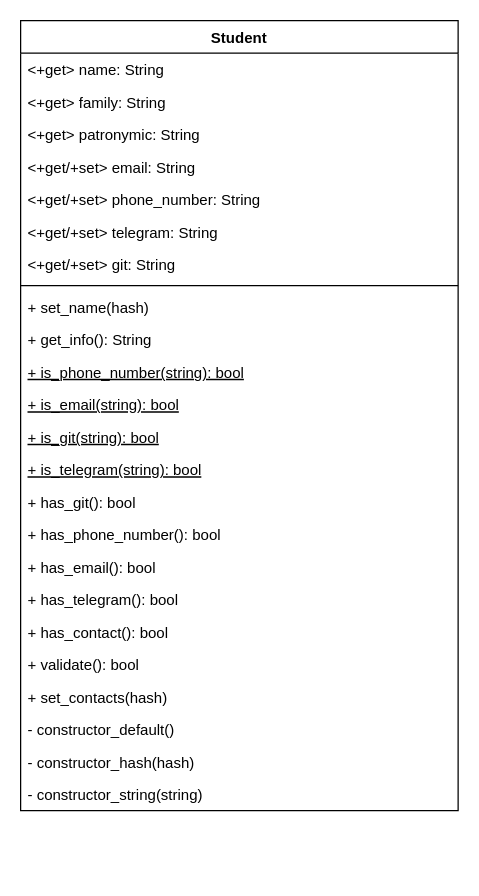
This is lab2/docs/ClassDiagram.drawio from KirSaxhlil/PatternLabs, a draw.io file, before an edit. Source tidied: cells renumbered, new cells numbered last; positions are measured from the earlier drawing's top-left corner, leaving out a move shared by most shapes. Both pictures are drawn from the tidied source at 125%, with x=0, y=0 at pixel (20, 20).
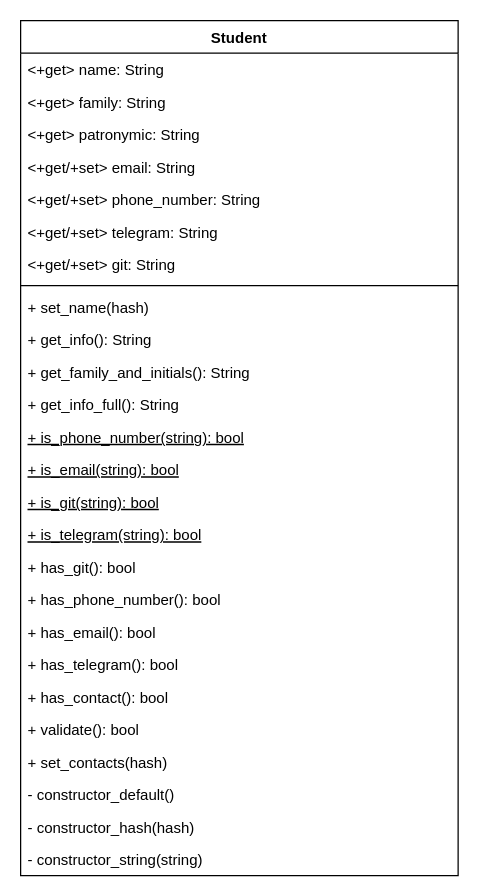
The same page after the edit.

The edit, as a diff of the source:
```diff
@@
     <mxCell id="2" value="Student" style="swimlane;fontStyle=1;align=center;verticalAlign=top;horizontal=1;startSize=26;fillColor=default;swimlaneFillColor=default;" parent="1" vertex="1">
-      <mxGeometry width="350" height="632" as="geometry" />
+      <mxGeometry width="350" height="684" as="geometry" />
     </mxCell>
@@
+    <mxCell id="27" value="+ get_family_and_initials(): String" style="text;strokeColor=none;fillColor=none;align=left;verticalAlign=top;spacingLeft=4;spacingRight=4;overflow=hidden;" parent="2" vertex="1">
+      <mxGeometry y="268" width="350" height="26" as="geometry" />
+    </mxCell>
+    <mxCell id="28" value="+ get_info_full(): String" style="text;strokeColor=none;fillColor=none;align=left;verticalAlign=top;spacingLeft=4;spacingRight=4;overflow=hidden;" parent="2" vertex="1">
+      <mxGeometry y="294" width="350" height="26" as="geometry" />
+    </mxCell>
     <mxCell id="13" value="+ is_phone_number(string): bool" style="text;strokeColor=none;fillColor=none;align=left;verticalAlign=top;spacingLeft=4;spacingRight=4;overflow=hidden;fontStyle=4;" parent="2" vertex="1">
-      <mxGeometry y="268" width="350" height="26" as="geometry" />
+      <mxGeometry y="320" width="350" height="26" as="geometry" />
     </mxCell>
     <mxCell id="14" value="+ is_email(string): bool" style="text;strokeColor=none;fillColor=none;align=left;verticalAlign=top;spacingLeft=4;spacingRight=4;overflow=hidden;fontStyle=4;" parent="2" vertex="1">
-      <mxGeometry y="294" width="350" height="26" as="geometry" />
+      <mxGeometry y="346" width="350" height="26" as="geometry" />
     </mxCell>
     <mxCell id="15" value="+ is_git(string): bool" style="text;strokeColor=none;fillColor=none;align=left;verticalAlign=top;spacingLeft=4;spacingRight=4;overflow=hidden;fontStyle=4;" parent="2" vertex="1">
-      <mxGeometry y="320" width="350" height="26" as="geometry" />
+      <mxGeometry y="372" width="350" height="26" as="geometry" />
     </mxCell>
     <mxCell id="16" value="+ is_telegram(string): bool" style="text;strokeColor=none;fillColor=none;align=left;verticalAlign=top;spacingLeft=4;spacingRight=4;overflow=hidden;fontStyle=4;" parent="2" vertex="1">
-      <mxGeometry y="346" width="350" height="26" as="geometry" />
+      <mxGeometry y="398" width="350" height="26" as="geometry" />
     </mxCell>
     <mxCell id="17" value="+ has_git(): bool" style="text;strokeColor=none;fillColor=none;align=left;verticalAlign=top;spacingLeft=4;spacingRight=4;overflow=hidden;fontStyle=0;" parent="2" vertex="1">
-      <mxGeometry y="372" width="350" height="26" as="geometry" />
+      <mxGeometry y="424" width="350" height="26" as="geometry" />
     </mxCell>
     <mxCell id="18" value="+ has_phone_number(): bool" style="text;strokeColor=none;fillColor=none;align=left;verticalAlign=top;spacingLeft=4;spacingRight=4;overflow=hidden;fontStyle=0;" parent="2" vertex="1">
-      <mxGeometry y="398" width="350" height="26" as="geometry" />
+      <mxGeometry y="450" width="350" height="26" as="geometry" />
     </mxCell>
     <mxCell id="19" value="+ has_email(): bool" style="text;strokeColor=none;fillColor=none;align=left;verticalAlign=top;spacingLeft=4;spacingRight=4;overflow=hidden;fontStyle=0;" parent="2" vertex="1">
-      <mxGeometry y="424" width="350" height="26" as="geometry" />
+      <mxGeometry y="476" width="350" height="26" as="geometry" />
     </mxCell>
     <mxCell id="20" value="+ has_telegram(): bool" style="text;strokeColor=none;fillColor=none;align=left;verticalAlign=top;spacingLeft=4;spacingRight=4;overflow=hidden;fontStyle=0;" parent="2" vertex="1">
-      <mxGeometry y="450" width="350" height="26" as="geometry" />
+      <mxGeometry y="502" width="350" height="26" as="geometry" />
     </mxCell>
     <mxCell id="21" value="+ has_contact(): bool" style="text;strokeColor=none;fillColor=none;align=left;verticalAlign=top;spacingLeft=4;spacingRight=4;overflow=hidden;fontStyle=0;" parent="2" vertex="1">
-      <mxGeometry y="476" width="350" height="26" as="geometry" />
+      <mxGeometry y="528" width="350" height="26" as="geometry" />
     </mxCell>
     <mxCell id="22" value="+ validate(): bool" style="text;strokeColor=none;fillColor=none;align=left;verticalAlign=top;spacingLeft=4;spacingRight=4;overflow=hidden;fontStyle=0;" parent="2" vertex="1">
-      <mxGeometry y="502" width="350" height="26" as="geometry" />
+      <mxGeometry y="554" width="350" height="26" as="geometry" />
     </mxCell>
     <mxCell id="23" value="+ set_contacts(hash)" style="text;strokeColor=none;fillColor=none;align=left;verticalAlign=top;spacingLeft=4;spacingRight=4;overflow=hidden;fontStyle=0;" parent="2" vertex="1">
-      <mxGeometry y="528" width="350" height="26" as="geometry" />
+      <mxGeometry y="580" width="350" height="26" as="geometry" />
     </mxCell>
     <mxCell id="24" value="- constructor_default()" style="text;strokeColor=none;fillColor=none;align=left;verticalAlign=top;spacingLeft=4;spacingRight=4;overflow=hidden;fontStyle=0;" parent="2" vertex="1">
-      <mxGeometry y="554" width="350" height="26" as="geometry" />
+      <mxGeometry y="606" width="350" height="26" as="geometry" />
     </mxCell>
     <mxCell id="25" value="- constructor_hash(hash)" style="text;strokeColor=none;fillColor=none;align=left;verticalAlign=top;spacingLeft=4;spacingRight=4;overflow=hidden;fontStyle=0;" parent="2" vertex="1">
-      <mxGeometry y="580" width="350" height="26" as="geometry" />
+      <mxGeometry y="632" width="350" height="26" as="geometry" />
     </mxCell>
     <mxCell id="26" value="- constructor_string(string)" style="text;strokeColor=none;fillColor=none;align=left;verticalAlign=top;spacingLeft=4;spacingRight=4;overflow=hidden;fontStyle=0;" parent="2" vertex="1">
-      <mxGeometry y="606" width="350" height="26" as="geometry" />
+      <mxGeometry y="658" width="350" height="26" as="geometry" />
     </mxCell>
```
